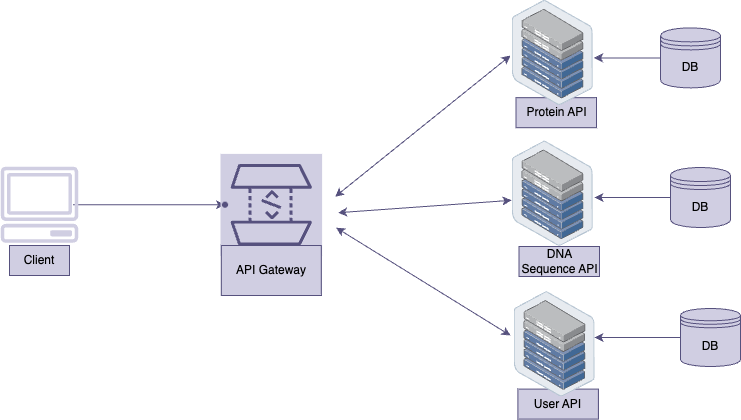
Before: architecture.png, a diagram exported from draw.io (JHorlamide/BioSeqAnalyzer). Source tidied: cells renumbered, new cells last; positions are measured from the earlier drawing's top-left corner, leaving out a move shared by most shapes.
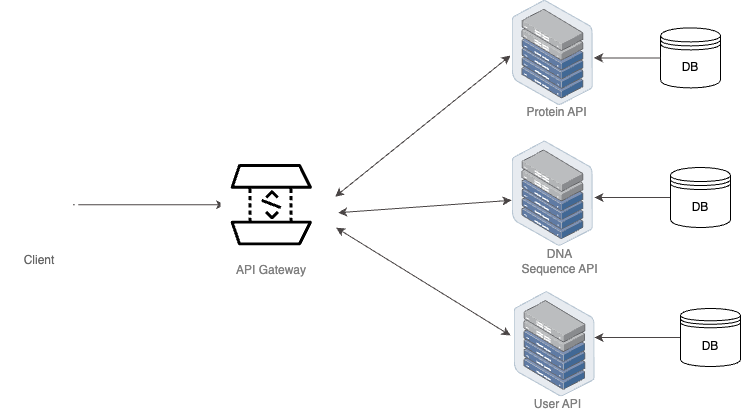
Above is the later version.

Commit message:
Modified the architecture diagram

The edit, as a diff of the source:
```diff
@@ -2,84 +2,84 @@
   <root>
     <mxCell id="0" />
     <mxCell id="1" parent="0" />
-    <mxCell id="2" style="edgeStyle=orthogonalEdgeStyle;rounded=0;jettySize=auto;html=1;fillColor=#d0cee2;strokeColor=#56517e;" parent="1" edge="1" target="4">
+    <mxCell id="2" style="edgeStyle=orthogonalEdgeStyle;rounded=0;jettySize=auto;html=1;fontStyle=1;strokeColor=#4a4545;" parent="1" edge="1" target="4">
       <mxGeometry relative="1" as="geometry">
         <mxPoint x="72.5" y="204.2" as="sourcePoint" />
       </mxGeometry>
     </mxCell>
-    <mxCell id="3" style="gradientDirection=north;dashed=0;verticalLabelPosition=bottom;verticalAlign=top;align=center;html=1;fontSize=12;fontStyle=0;shape=mxgraph.aws4.resourceIcon;resIcon=mxgraph.aws4.api_gateway;direction=south;fillColor=#d0cee2;strokeColor=#56517e;" parent="1" vertex="1">
+    <mxCell id="3" style="gradientDirection=north;dashed=0;verticalLabelPosition=bottom;verticalAlign=top;align=center;html=1;fontSize=12;fontStyle=0;shape=mxgraph.aws4.resourceIcon;resIcon=mxgraph.aws4.api_gateway;direction=south;" parent="1" vertex="1">
       <mxGeometry x="220" y="153.4" width="101.6" height="101.6" as="geometry" />
     </mxCell>
-    <mxCell id="4" style="shape=waypoint;size=6;points=[];fillColor=#d0cee2;perimeter=centerPerimeter;snapToPoint=1;verticalAlign=top;strokeColor=#56517e;" parent="1" vertex="1">
+    <mxCell id="4" style="shape=waypoint;size=6;points=[];fillColor=#945de0;perimeter=centerPerimeter;snapToPoint=1;verticalAlign=top;strokeColor=none;" parent="1" vertex="1">
       <mxGeometry x="214.5" y="194.2" width="20" height="20" as="geometry" />
     </mxCell>
-    <mxCell id="5" value="DB" style="shape=datastore;whiteSpace=wrap;html=1;fillColor=#d0cee2;strokeColor=#56517e;" parent="1" vertex="1">
+    <mxCell id="5" value="DB" style="shape=datastore;whiteSpace=wrap;html=1;" parent="1" vertex="1">
       <mxGeometry x="660" y="27.4" width="60" height="60" as="geometry" />
     </mxCell>
-    <mxCell id="6" style="edgeStyle=orthogonalEdgeStyle;rounded=0;jettySize=auto;html=1;fillColor=#d0cee2;strokeColor=#56517e;" parent="1" edge="1" source="5">
+    <mxCell id="6" style="edgeStyle=orthogonalEdgeStyle;rounded=0;jettySize=auto;html=1;strokeColor=#4a4545;" parent="1" edge="1" source="5">
       <mxGeometry relative="1" as="geometry">
         <mxPoint x="593.5" y="57.4" as="targetPoint" />
       </mxGeometry>
     </mxCell>
-    <mxCell id="7" style="edgeStyle=orthogonalEdgeStyle;rounded=0;jettySize=auto;html=1;fillColor=#d0cee2;strokeColor=#56517e;" parent="1" edge="1" source="8">
+    <mxCell id="7" style="edgeStyle=orthogonalEdgeStyle;rounded=0;jettySize=auto;html=1;strokeColor=#4a4545;" parent="1" edge="1" source="8">
       <mxGeometry relative="1" as="geometry">
         <mxPoint x="594" y="197" as="targetPoint" />
       </mxGeometry>
     </mxCell>
-    <mxCell id="8" value="DB" style="shape=datastore;whiteSpace=wrap;html=1;fillColor=#d0cee2;strokeColor=#56517e;" parent="1" vertex="1">
+    <mxCell id="8" value="DB" style="shape=datastore;whiteSpace=wrap;html=1;" parent="1" vertex="1">
       <mxGeometry x="670" y="167" width="60" height="60" as="geometry" />
     </mxCell>
-    <mxCell id="9" style="edgeStyle=orthogonalEdgeStyle;rounded=0;jettySize=auto;html=1;fillColor=#d0cee2;strokeColor=#56517e;" parent="1" edge="1" source="10">
+    <mxCell id="9" style="edgeStyle=orthogonalEdgeStyle;rounded=0;jettySize=auto;html=1;strokeColor=#4a4545;" parent="1" edge="1" source="10">
       <mxGeometry relative="1" as="geometry">
         <mxPoint x="594" y="337" as="targetPoint" />
       </mxGeometry>
     </mxCell>
-    <mxCell id="10" value="DB" style="shape=datastore;whiteSpace=wrap;html=1;fillColor=#d0cee2;strokeColor=#56517e;" parent="1" vertex="1">
+    <mxCell id="10" value="DB" style="shape=datastore;whiteSpace=wrap;html=1;" parent="1" vertex="1">
       <mxGeometry x="680" y="308" width="60" height="58" as="geometry" />
     </mxCell>
-    <mxCell id="11" style="endArrow=classic;startArrow=classic;html=1;rounded=0;fillColor=#d0cee2;strokeColor=#56517e;" parent="1" edge="1">
+    <mxCell id="11" style="endArrow=classic;startArrow=classic;html=1;rounded=0;fontStyle=1;strokeColor=#4a4545;" parent="1" edge="1">
       <mxGeometry relative="1" as="geometry">
         <mxPoint x="334.6" y="196.2" as="sourcePoint" />
         <mxPoint x="510" y="55" as="targetPoint" />
       </mxGeometry>
     </mxCell>
-    <mxCell id="12" style="endArrow=classic;startArrow=classic;html=1;rounded=0;fillColor=#d0cee2;strokeColor=#56517e;" parent="1" edge="1">
+    <mxCell id="12" style="endArrow=classic;startArrow=classic;html=1;rounded=0;fontStyle=1;strokeColor=#4a4545;" parent="1" edge="1">
       <mxGeometry relative="1" as="geometry">
         <mxPoint x="335.6" y="227.2" as="sourcePoint" />
         <mxPoint x="510" y="335" as="targetPoint" />
       </mxGeometry>
     </mxCell>
-    <mxCell id="13" style="endArrow=classic;startArrow=classic;html=1;rounded=0;fillColor=#d0cee2;strokeColor=#56517e;" parent="1" edge="1">
+    <mxCell id="13" style="endArrow=classic;startArrow=classic;html=1;rounded=0;fontStyle=1;strokeColor=#4a4545;" parent="1" edge="1">
       <mxGeometry relative="1" as="geometry">
         <mxPoint x="337.6" y="212.2" as="sourcePoint" />
         <mxPoint x="511" y="199.8" as="targetPoint" />
       </mxGeometry>
     </mxCell>
-    <mxCell id="14" value="API Gateway" style="text;html=1;strokeColor=#56517e;fillColor=#d0cee2;align=center;verticalAlign=middle;whiteSpace=wrap;rounded=0;" parent="1" vertex="1">
+    <mxCell id="14" value="&lt;font color=&quot;#808080&quot;&gt;API Gateway&lt;/font&gt;" style="text;html=1;strokeColor=none;fillColor=none;align=center;verticalAlign=middle;whiteSpace=wrap;rounded=0;" parent="1" vertex="1">
       <mxGeometry x="220.8" y="245" width="100" height="50" as="geometry" />
     </mxCell>
-    <mxCell id="15" value="Protein API" style="text;html=1;strokeColor=#56517e;fillColor=#d0cee2;align=center;verticalAlign=middle;whiteSpace=wrap;rounded=0;" parent="1" vertex="1">
+    <mxCell id="15" value="&lt;font color=&quot;#808080&quot;&gt;Protein API&lt;/font&gt;" style="text;html=1;strokeColor=none;fillColor=none;align=center;verticalAlign=middle;whiteSpace=wrap;rounded=0;" parent="1" vertex="1">
       <mxGeometry x="515.5" y="97.2" width="80.5" height="30" as="geometry" />
     </mxCell>
-    <mxCell id="16" style="fillColor=#d0cee2;strokeColor=#56517e;dashed=0;verticalLabelPosition=bottom;verticalAlign=top;align=center;html=1;fontSize=12;fontStyle=0;shape=mxgraph.aws4.client;" parent="1" vertex="1">
+    <mxCell id="16" style="fontColor=#232F3E;gradientColor=none;fillColor=#FFFFFF;strokeColor=none;dashed=0;verticalLabelPosition=bottom;verticalAlign=top;align=center;html=1;fontSize=12;fontStyle=0;shape=mxgraph.aws4.client;" parent="1" vertex="1">
       <mxGeometry y="166.2" width="78" height="76" as="geometry" />
     </mxCell>
-    <mxCell id="17" value="Client" style="text;html=1;strokeColor=#56517e;fillColor=#d0cee2;align=center;verticalAlign=middle;whiteSpace=wrap;rounded=0;" parent="1" vertex="1">
+    <mxCell id="17" value="&lt;font color=&quot;#666666&quot;&gt;Client&lt;/font&gt;" style="text;html=1;strokeColor=none;fillColor=none;align=center;verticalAlign=middle;whiteSpace=wrap;rounded=0;" parent="1" vertex="1">
       <mxGeometry x="9" y="245" width="60" height="30" as="geometry" />
     </mxCell>
-    <mxCell id="18" style="html=1;align=center;shadow=0;dashed=0;image;image=img/lib/allied_telesis/storage/Datacenter_Server_Half_Rack_ToR.svg;fillColor=#d0cee2;strokeColor=#56517e;" parent="1" vertex="1">
+    <mxCell id="18" style="html=1;align=center;shadow=0;dashed=0;image;image=img/lib/allied_telesis/storage/Datacenter_Server_Half_Rack_ToR.svg;fillColor=#FFFFFF;" parent="1" vertex="1">
       <mxGeometry x="511.7" y="-0.4" width="81.1" height="105.4" as="geometry" />
     </mxCell>
-    <mxCell id="19" value="DNA Sequence API" style="text;html=1;strokeColor=#56517e;fillColor=#d0cee2;align=center;verticalAlign=middle;whiteSpace=wrap;rounded=0;" parent="1" vertex="1">
+    <mxCell id="19" value="&lt;font color=&quot;#808080&quot;&gt;DNA Sequence API&lt;/font&gt;" style="text;html=1;strokeColor=none;fillColor=none;align=center;verticalAlign=middle;whiteSpace=wrap;rounded=0;" parent="1" vertex="1">
       <mxGeometry x="518.5" y="246" width="80.5" height="30" as="geometry" />
     </mxCell>
-    <mxCell id="20" style="html=1;align=center;shadow=0;dashed=0;image;image=img/lib/allied_telesis/storage/Datacenter_Server_Half_Rack_ToR.svg;fillColor=#d0cee2;strokeColor=#56517e;" parent="1" vertex="1">
+    <mxCell id="20" style="html=1;align=center;shadow=0;dashed=0;image;image=img/lib/allied_telesis/storage/Datacenter_Server_Half_Rack_ToR.svg;fillColor=#FFFFFF;" parent="1" vertex="1">
       <mxGeometry x="511.7" y="140.4" width="81.1" height="105.4" as="geometry" />
     </mxCell>
-    <mxCell id="21" value="User API" style="text;html=1;strokeColor=#56517e;fillColor=#d0cee2;align=center;verticalAlign=middle;whiteSpace=wrap;rounded=0;" parent="1" vertex="1">
+    <mxCell id="21" value="&lt;font color=&quot;#808080&quot;&gt;User API&lt;/font&gt;" style="text;html=1;strokeColor=none;fillColor=none;align=center;verticalAlign=middle;whiteSpace=wrap;rounded=0;" parent="1" vertex="1">
       <mxGeometry x="517.4" y="388.6" width="80.5" height="30" as="geometry" />
     </mxCell>
-    <mxCell id="22" style="html=1;align=center;shadow=0;dashed=0;image;image=img/lib/allied_telesis/storage/Datacenter_Server_Half_Rack_ToR.svg;fillColor=#d0cee2;strokeColor=#56517e;" parent="1" vertex="1">
+    <mxCell id="22" style="html=1;align=center;shadow=0;dashed=0;image;image=img/lib/allied_telesis/storage/Datacenter_Server_Half_Rack_ToR.svg;fillColor=#FFFFFF;" parent="1" vertex="1">
       <mxGeometry x="513.6" y="291" width="81.1" height="105.4" as="geometry" />
     </mxCell>
   </root>
```
